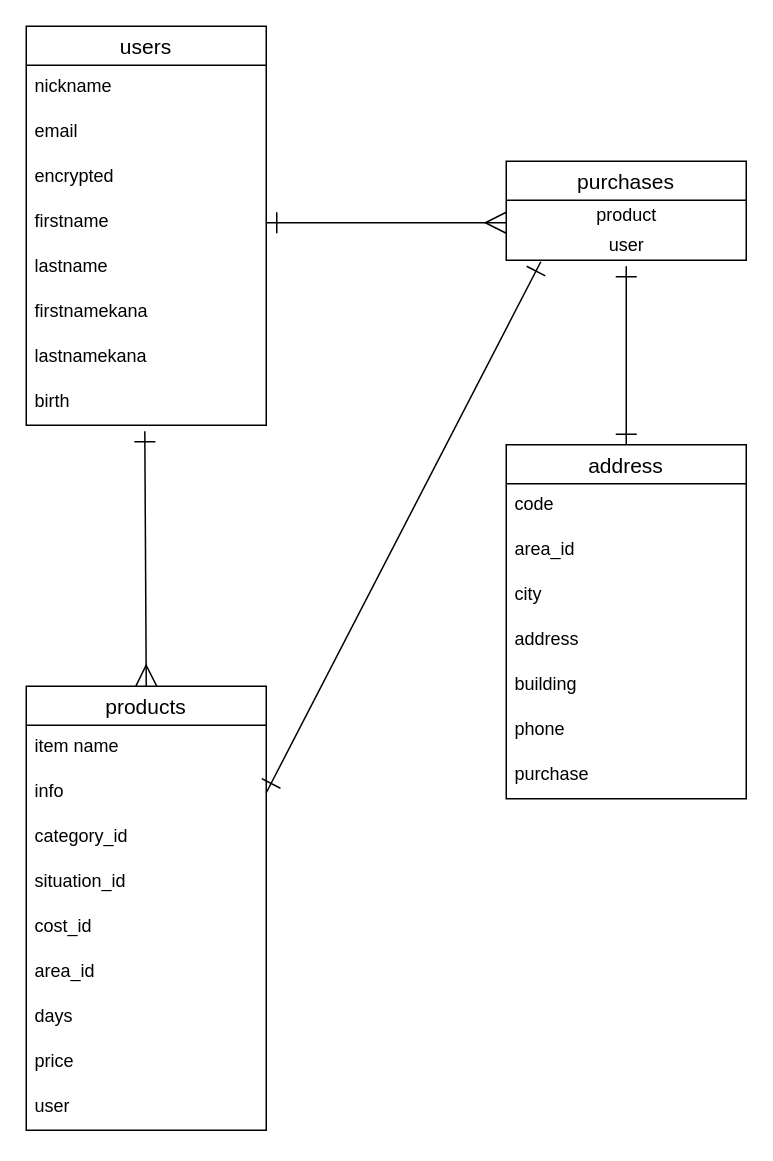
The draw.io diagram datebace.dio in Wataru0530/furima-38329, before the edit. Source tidied: cells renumbered, new cells numbered last; positions are measured from the earlier drawing's top-left corner, leaving out a move shared by most shapes. Both pictures are drawn from the tidied source at 150%, with x=0, y=0 at pixel (26, 26).
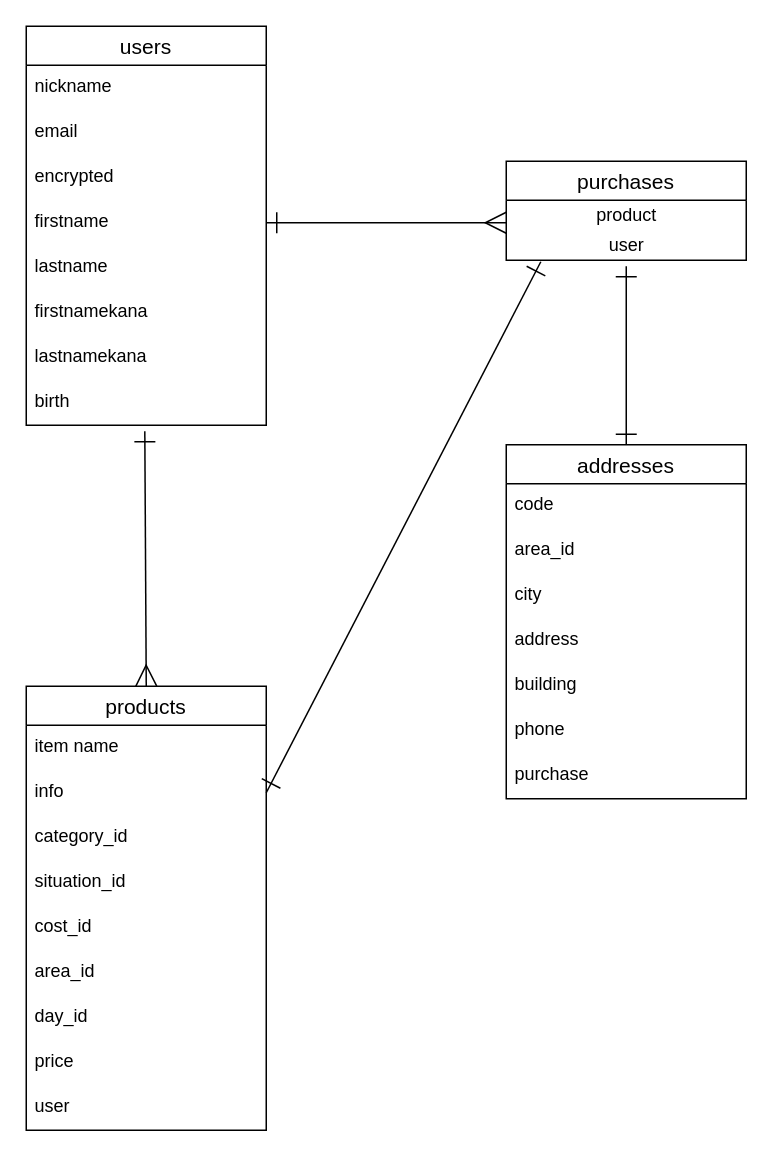
The same page after the edit.

The change refers to these unchanged cells:
```xml
<mxCell id="12" value="products" style="swimlane;fontStyle=0;horizontal=1;startSize=26;align=center;fontSize=14;" parent="1" vertex="1">
  <mxGeometry y="440" width="160" height="296" as="geometry" />
</mxCell>
```

Change to the diagram source:
```diff
@@
-    <mxCell id="19" value="days" style="text;strokeColor=none;fillColor=none;spacingLeft=4;spacingRight=4;overflow=hidden;fontSize=12;" parent="12" vertex="1">
+    <mxCell id="19" value="day_id" style="text;strokeColor=none;fillColor=none;spacingLeft=4;spacingRight=4;overflow=hidden;fontSize=12;" parent="12" vertex="1">
       <mxGeometry y="206" width="160" height="30" as="geometry" />
     </mxCell>
@@
-    <mxCell id="26" value="address" style="swimlane;fontStyle=0;horizontal=1;startSize=26;align=center;fontSize=14;" parent="1" vertex="1">
+    <mxCell id="26" value="addresses" style="swimlane;fontStyle=0;horizontal=1;startSize=26;align=center;fontSize=14;" parent="1" vertex="1">
       <mxGeometry x="320" y="279" width="160" height="236" as="geometry" />
     </mxCell>
```
